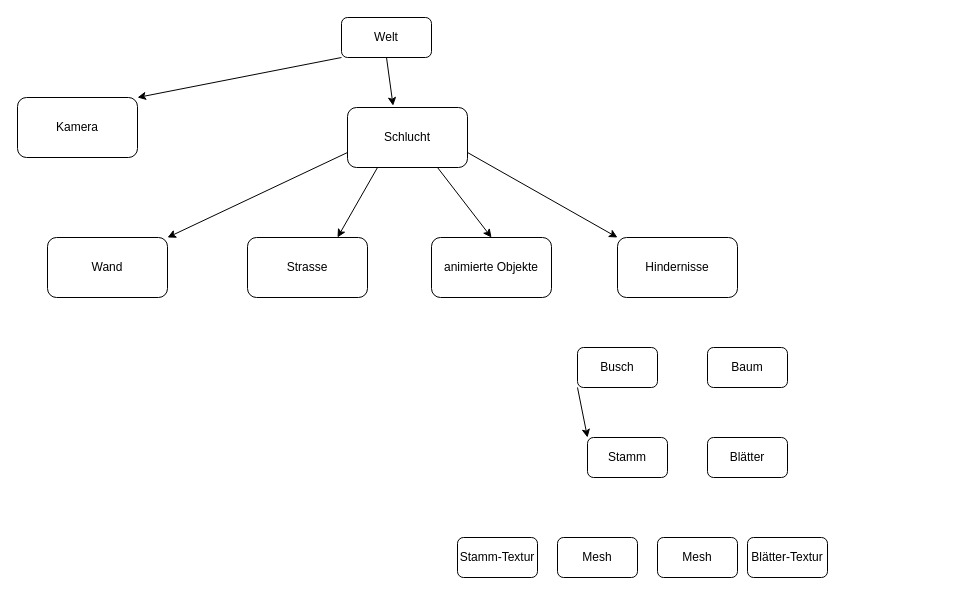
Above: Bilder/Szenendiagramm.drawio in PhillippPatzelt/Computergrafik (draw.io), before the change. Source tidied: cells renumbered, new cells numbered last; positions are measured from the earlier drawing's top-left corner, leaving out a move shared by most shapes. Both pictures are drawn from the tidied source at 100%, with x=0, y=0 at pixel (17, 17).
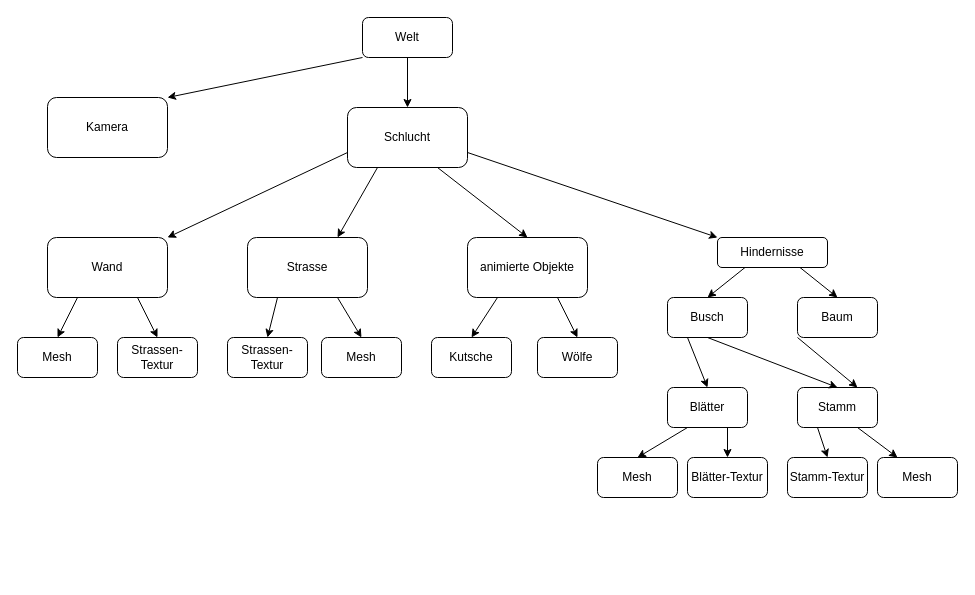
The same page after the edit.

Unchanged cells that the change refers to:
```xml
<mxCell id="4" value="Schlucht" style="rounded=1;whiteSpace=wrap;html=1;" parent="1" vertex="1">
  <mxGeometry x="330" y="90" width="120" height="60" as="geometry" />
</mxCell>
<mxCell id="5" value="Wand" style="whiteSpace=wrap;html=1;rounded=1;" parent="1" vertex="1">
  <mxGeometry x="30" y="220" width="120" height="60" as="geometry" />
</mxCell>
<mxCell id="6" value="Strasse" style="rounded=1;whiteSpace=wrap;html=1;" parent="1" vertex="1">
  <mxGeometry x="230" y="220" width="120" height="60" as="geometry" />
</mxCell>
```

What changed in the source:
```diff
@@
     <mxCell id="2" value="Welt" style="rounded=1;whiteSpace=wrap;html=1;" parent="1" vertex="1">
-      <mxGeometry x="324" width="90" height="40" as="geometry" />
+      <mxGeometry x="345" width="90" height="40" as="geometry" />
     </mxCell>
     <mxCell id="3" value="Kamera" style="rounded=1;whiteSpace=wrap;html=1;" parent="1" vertex="1">
-      <mxGeometry y="80" width="120" height="60" as="geometry" />
+      <mxGeometry x="30" y="80" width="120" height="60" as="geometry" />
     </mxCell>
@@
     <mxCell id="7" value="animierte Objekte" style="rounded=1;whiteSpace=wrap;html=1;" parent="1" vertex="1">
-      <mxGeometry x="414" y="220" width="120" height="60" as="geometry" />
+      <mxGeometry x="450" y="220" width="120" height="60" as="geometry" />
     </mxCell>
@@
-    <mxCell id="9" style="endArrow=classic;html=1;rounded=0;entryX=0.38;entryY=-0.03;entryDx=0;entryDy=0;entryPerimeter=0;exitX=0.5;exitY=1;exitDx=0;exitDy=0;" parent="1" edge="1" source="2" target="4">
+    <mxCell id="9" style="endArrow=classic;html=1;rounded=0;entryX=0.5;entryY=0;entryDx=0;entryDy=0;exitX=0.5;exitY=1;exitDx=0;exitDy=0;" parent="1" edge="1" source="2" target="4">
       <mxGeometry relative="1" as="geometry" />
     </mxCell>
     <mxCell id="10" value="Hindernisse" style="rounded=1;whiteSpace=wrap;html=1;" parent="1" vertex="1">
-      <mxGeometry x="600" y="220" width="120" height="60" as="geometry" />
+      <mxGeometry x="700" y="220" width="110" height="30" as="geometry" />
     </mxCell>
@@
     <mxCell id="15" value="Baum" style="rounded=1;whiteSpace=wrap;html=1;" parent="1" vertex="1">
-      <mxGeometry x="690" y="330" width="80" height="40" as="geometry" />
+      <mxGeometry x="780" y="280" width="80" height="40" as="geometry" />
     </mxCell>
     <mxCell id="16" value="Busch" style="rounded=1;whiteSpace=wrap;html=1;" parent="1" vertex="1">
-      <mxGeometry x="560" y="330" width="80" height="40" as="geometry" />
+      <mxGeometry x="650" y="280" width="80" height="40" as="geometry" />
     </mxCell>
     <mxCell id="17" value="Blätter" style="rounded=1;whiteSpace=wrap;html=1;" parent="1" vertex="1">
-      <mxGeometry x="690" y="420" width="80" height="40" as="geometry" />
+      <mxGeometry x="650" y="370" width="80" height="40" as="geometry" />
     </mxCell>
     <mxCell id="18" value="Stamm" style="rounded=1;whiteSpace=wrap;html=1;" parent="1" vertex="1">
-      <mxGeometry x="570" y="420" width="80" height="40" as="geometry" />
+      <mxGeometry x="780" y="370" width="80" height="40" as="geometry" />
     </mxCell>
     <mxCell id="19" value="Stamm-Textur" style="rounded=1;whiteSpace=wrap;html=1;" parent="1" vertex="1">
-      <mxGeometry x="440" y="520" width="80" height="40" as="geometry" />
+      <mxGeometry x="770" y="440" width="80" height="40" as="geometry" />
     </mxCell>
     <mxCell id="20" value="Mesh" style="rounded=1;whiteSpace=wrap;html=1;" parent="1" vertex="1">
-      <mxGeometry x="540" y="520" width="80" height="40" as="geometry" />
+      <mxGeometry x="860" y="440" width="80" height="40" as="geometry" />
     </mxCell>
     <mxCell id="21" value="Mesh" style="rounded=1;whiteSpace=wrap;html=1;" parent="1" vertex="1">
-      <mxGeometry x="640" y="520" width="80" height="40" as="geometry" />
+      <mxGeometry x="580" y="440" width="80" height="40" as="geometry" />
     </mxCell>
     <mxCell id="22" value="Blätter-Textur" style="rounded=1;whiteSpace=wrap;html=1;" parent="1" vertex="1">
-      <mxGeometry x="730" y="520" width="80" height="40" as="geometry" />
+      <mxGeometry x="670" y="440" width="80" height="40" as="geometry" />
     </mxCell>
-    <mxCell id="23" style="endArrow=classic;html=1;rounded=0;exitX=0;exitY=1;exitDx=0;exitDy=0;entryX=0;entryY=0;entryDx=0;entryDy=0;" parent="1" edge="1" source="16" target="18">
+    <mxCell id="23" style="endArrow=classic;html=1;rounded=0;exitX=0.5;exitY=1;exitDx=0;exitDy=0;entryX=0.5;entryY=0;entryDx=0;entryDy=0;" parent="1" edge="1" source="16" target="18">
       <mxGeometry relative="1" as="geometry" />
     </mxCell>
+    <mxCell id="24" style="endArrow=classic;html=1;rounded=0;entryX=0.5;entryY=0;entryDx=0;entryDy=0;exitX=0.25;exitY=1;exitDx=0;exitDy=0;" parent="1" edge="1" source="16" target="17">
+      <mxGeometry relative="1" as="geometry" />
+    </mxCell>
+    <mxCell id="25" style="endArrow=classic;html=1;rounded=0;exitX=0;exitY=1;exitDx=0;exitDy=0;entryX=0.75;entryY=0;entryDx=0;entryDy=0;" parent="1" edge="1" source="15" target="18">
+      <mxGeometry relative="1" as="geometry" />
+    </mxCell>
+    <mxCell id="26" style="endArrow=classic;html=1;rounded=0;entryX=0.5;entryY=0;entryDx=0;entryDy=0;exitX=0.25;exitY=1;exitDx=0;exitDy=0;" parent="1" edge="1" source="17" target="21">
+      <mxGeometry relative="1" as="geometry" />
+    </mxCell>
+    <mxCell id="27" style="endArrow=classic;html=1;rounded=0;entryX=0.5;entryY=0;entryDx=0;entryDy=0;exitX=0.75;exitY=1;exitDx=0;exitDy=0;" parent="1" edge="1" source="17" target="22">
+      <mxGeometry relative="1" as="geometry" />
+    </mxCell>
+    <mxCell id="28" style="endArrow=classic;html=1;rounded=0;exitX=0.75;exitY=1;exitDx=0;exitDy=0;entryX=0.25;entryY=0;entryDx=0;entryDy=0;" parent="1" edge="1" source="18" target="20">
+      <mxGeometry relative="1" as="geometry" />
+    </mxCell>
+    <mxCell id="29" style="endArrow=classic;html=1;rounded=0;entryX=0.5;entryY=0;entryDx=0;entryDy=0;exitX=0.25;exitY=1;exitDx=0;exitDy=0;" parent="1" edge="1" source="18" target="19">
+      <mxGeometry relative="1" as="geometry" />
+    </mxCell>
+    <mxCell id="30" style="endArrow=classic;html=1;rounded=0;entryX=0.5;entryY=0;entryDx=0;entryDy=0;exitX=0.25;exitY=1;exitDx=0;exitDy=0;" parent="1" edge="1" source="10" target="16">
+      <mxGeometry relative="1" as="geometry" />
+    </mxCell>
+    <mxCell id="31" style="endArrow=classic;html=1;rounded=0;exitX=0.75;exitY=1;exitDx=0;exitDy=0;entryX=0.5;entryY=0;entryDx=0;entryDy=0;" parent="1" edge="1" source="10" target="15">
+      <mxGeometry relative="1" as="geometry" />
+    </mxCell>
+    <mxCell id="32" value="Strassen-Textur" style="rounded=1;whiteSpace=wrap;html=1;" parent="1" vertex="1">
+      <mxGeometry x="210" y="320" width="80" height="40" as="geometry" />
+    </mxCell>
+    <mxCell id="33" value="Mesh" style="rounded=1;whiteSpace=wrap;html=1;" parent="1" vertex="1">
+      <mxGeometry x="304" y="320" width="80" height="40" as="geometry" />
+    </mxCell>
+    <mxCell id="34" style="endArrow=classic;html=1;rounded=0;exitX=0.75;exitY=1;exitDx=0;exitDy=0;entryX=0.5;entryY=0;entryDx=0;entryDy=0;" parent="1" edge="1" source="6" target="33">
+      <mxGeometry relative="1" as="geometry" />
+    </mxCell>
+    <mxCell id="35" style="endArrow=classic;html=1;rounded=0;exitX=0.25;exitY=1;exitDx=0;exitDy=0;entryX=0.5;entryY=0;entryDx=0;entryDy=0;" parent="1" edge="1" source="6" target="32">
+      <mxGeometry relative="1" as="geometry" />
+    </mxCell>
+    <mxCell id="36" value="Kutsche" style="rounded=1;whiteSpace=wrap;html=1;" parent="1" vertex="1">
+      <mxGeometry x="414" y="320" width="80" height="40" as="geometry" />
+    </mxCell>
+    <mxCell id="37" value="Wölfe" style="rounded=1;whiteSpace=wrap;html=1;" parent="1" vertex="1">
+      <mxGeometry x="520" y="320" width="80" height="40" as="geometry" />
+    </mxCell>
+    <mxCell id="38" style="endArrow=classic;html=1;rounded=0;exitX=0.25;exitY=1;exitDx=0;exitDy=0;entryX=0.5;entryY=0;entryDx=0;entryDy=0;" parent="1" edge="1" source="7" target="36">
+      <mxGeometry relative="1" as="geometry" />
+    </mxCell>
+    <mxCell id="39" style="endArrow=classic;html=1;rounded=0;entryX=0.5;entryY=0;entryDx=0;entryDy=0;exitX=0.75;exitY=1;exitDx=0;exitDy=0;" parent="1" edge="1" source="7" target="37">
+      <mxGeometry relative="1" as="geometry" />
+    </mxCell>
+    <mxCell id="40" value="Mesh" style="rounded=1;whiteSpace=wrap;html=1;" parent="1" vertex="1">
+      <mxGeometry y="320" width="80" height="40" as="geometry" />
+    </mxCell>
+    <mxCell id="41" value="Strassen-Textur" style="rounded=1;whiteSpace=wrap;html=1;" parent="1" vertex="1">
+      <mxGeometry x="100" y="320" width="80" height="40" as="geometry" />
+    </mxCell>
+    <mxCell id="42" style="endArrow=classic;html=1;rounded=0;exitX=0.75;exitY=1;exitDx=0;exitDy=0;entryX=0.5;entryY=0;entryDx=0;entryDy=0;" parent="1" edge="1" source="5" target="41">
+      <mxGeometry relative="1" as="geometry" />
+    </mxCell>
+    <mxCell id="43" style="endArrow=classic;html=1;rounded=0;exitX=0.25;exitY=1;exitDx=0;exitDy=0;entryX=0.5;entryY=0;entryDx=0;entryDy=0;" parent="1" edge="1" source="5" target="40">
+      <mxGeometry relative="1" as="geometry" />
+    </mxCell>
```
